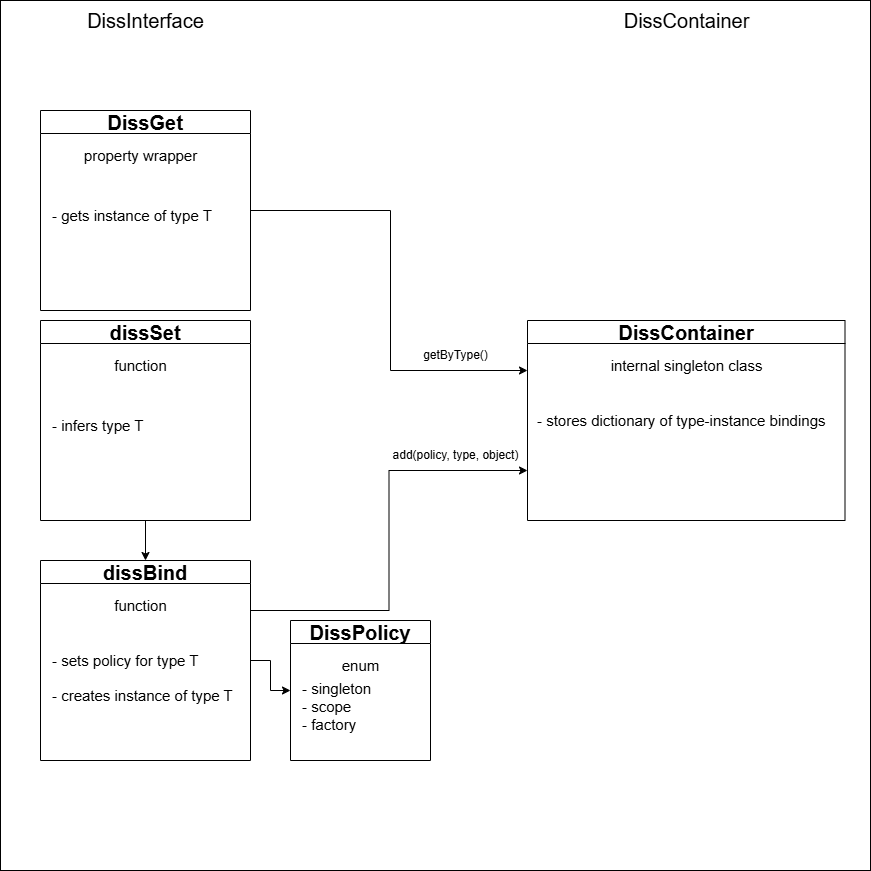
Before: docs/DissArchitecture.png, a diagram exported from draw.io (RomanMeringueTie/DISS). Source tidied: cells renumbered, new cells last; positions are measured from the earlier drawing's top-left corner, leaving out a move shared by most shapes.
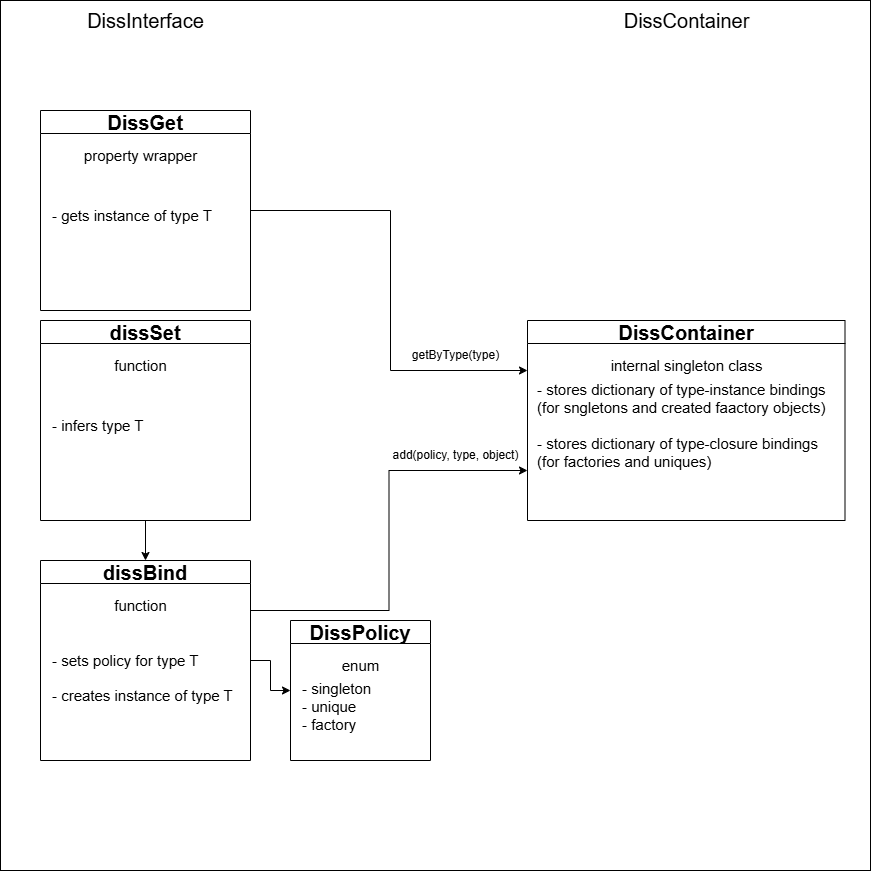
The same file after the commit.

Commit message:
Fix architecture diagram

What changed in the source:
```diff
@@ -28,21 +28,21 @@
     <mxCell id="8" value="&lt;div style=&quot;&quot;&gt;&lt;span style=&quot;font-size: 15px;&quot;&gt;internal singleton class&lt;/span&gt;&lt;/div&gt;" style="text;html=1;align=center;verticalAlign=middle;strokeColor=none;fillColor=none;" parent="7" vertex="1">
       <mxGeometry x="68.8" y="30" width="180" height="30" as="geometry" />
     </mxCell>
-    <mxCell id="9" value="&lt;div style=&quot;text-align: center;&quot;&gt;&lt;span style=&quot;font-size: 15px;&quot;&gt;- stores dictionary of type-instance bindings&lt;/span&gt;&lt;/div&gt;" style="text;html=1;align=left;verticalAlign=middle;strokeColor=none;fillColor=none;" parent="7" vertex="1">
-      <mxGeometry x="7.5" y="85" width="310" height="30" as="geometry" />
-    </mxCell>
-    <mxCell id="10" value="getByType()" style="text;html=1;align=center;verticalAlign=middle;strokeColor=none;fillColor=none;" parent="1" vertex="1">
-      <mxGeometry x="410" y="340" width="90" height="30" as="geometry" />
-    </mxCell>
+    <mxCell id="27" value="&lt;div style=&quot;&quot;&gt;&lt;div style=&quot;&quot;&gt;&lt;span style=&quot;font-size: 15px; background-color: transparent; color: light-dark(rgb(0, 0, 0), rgb(255, 255, 255));&quot;&gt;- stores dictionary of type-instance bindings&lt;br&gt;(for sngletons and created faactory objects)&lt;br&gt;&lt;br&gt;&lt;/span&gt;&lt;/div&gt;&lt;span style=&quot;font-size: 15px;&quot;&gt;&lt;div style=&quot;&quot;&gt;&lt;span style=&quot;background-color: transparent; color: light-dark(rgb(0, 0, 0), rgb(255, 255, 255));&quot;&gt;- stores dictionary of type-closure bindings&lt;br&gt;(for factories and uniques)&lt;/span&gt;&lt;/div&gt;&lt;/span&gt;&lt;/div&gt;" style="text;html=1;align=left;verticalAlign=middle;strokeColor=none;fillColor=none;" parent="7" vertex="1">
+      <mxGeometry x="7.5" y="55" width="310" height="100" as="geometry" />
+    </mxCell>
+    <mxCell id="28" value="getByType(type)" style="text;html=1;align=center;verticalAlign=middle;strokeColor=none;fillColor=none;" parent="1" vertex="1">
+      <mxGeometry x="400" y="340" width="110" height="30" as="geometry" />
+    </mxCell>
     <mxCell id="11" style="edgeStyle=orthogonalEdgeStyle;rounded=0;jettySize=auto;html=1;exitX=0.5;exitY=1;exitDx=0;exitDy=0;entryX=0.5;entryY=0;entryDx=0;entryDy=0;" parent="1" edge="1" source="12" target="17">
       <mxGeometry relative="1" as="geometry" />
     </mxCell>
     <mxCell id="12" value="&lt;font style=&quot;font-size: 20px;&quot;&gt;dissSet&lt;/font&gt;" style="swimlane;whiteSpace=wrap;html=1;" parent="1" vertex="1">
       <mxGeometry x="40" y="320" width="210" height="200" as="geometry" />
     </mxCell>
-    <mxCell id="13" value="&lt;div style=&quot;&quot;&gt;&lt;span style=&quot;font-size: 15px; background-color: transparent; color: light-dark(rgb(0, 0, 0), rgb(255, 255, 255));&quot;&gt;function&lt;/span&gt;&lt;/div&gt;" style="text;html=1;align=center;verticalAlign=middle;strokeColor=none;fillColor=none;" parent="12" vertex="1">
-      <mxGeometry x="60" y="30" width="80" height="30" as="geometry" />
-    </mxCell>
+    <mxCell id="29" value="&lt;div style=&quot;&quot;&gt;&lt;span style=&quot;font-size: 15px; background-color: transparent; color: light-dark(rgb(0, 0, 0), rgb(255, 255, 255));&quot;&gt;function&lt;/span&gt;&lt;/div&gt;" style="text;html=1;align=center;verticalAlign=middle;strokeColor=none;fillColor=none;" parent="12" vertex="1">
+      <mxGeometry x="60" y="30" width="80" height="30" as="geometry" />
+    </mxCell>
     <mxCell id="14" value="&lt;div style=&quot;text-align: center;&quot;&gt;&lt;span style=&quot;font-size: 15px;&quot;&gt;- infers type T&lt;br&gt;&lt;/span&gt;&lt;/div&gt;" style="text;html=1;align=left;verticalAlign=middle;strokeColor=none;fillColor=none;" parent="12" vertex="1">
       <mxGeometry x="10" y="90" width="110" height="30" as="geometry" />
     </mxCell>
@@ -55,9 +55,9 @@
     <mxCell id="17" value="&lt;font style=&quot;font-size: 20px;&quot;&gt;dissBind&lt;/font&gt;" style="swimlane;whiteSpace=wrap;html=1;" parent="1" vertex="1">
       <mxGeometry x="40" y="560" width="210" height="200" as="geometry" />
     </mxCell>
-    <mxCell id="18" value="&lt;div style=&quot;&quot;&gt;&lt;span style=&quot;font-size: 15px; background-color: transparent; color: light-dark(rgb(0, 0, 0), rgb(255, 255, 255));&quot;&gt;function&lt;/span&gt;&lt;/div&gt;" style="text;html=1;align=center;verticalAlign=middle;strokeColor=none;fillColor=none;" parent="17" vertex="1">
-      <mxGeometry x="60" y="30" width="80" height="30" as="geometry" />
-    </mxCell>
+    <mxCell id="30" value="&lt;div style=&quot;&quot;&gt;&lt;span style=&quot;font-size: 15px; background-color: transparent; color: light-dark(rgb(0, 0, 0), rgb(255, 255, 255));&quot;&gt;function&lt;/span&gt;&lt;/div&gt;" style="text;html=1;align=center;verticalAlign=middle;strokeColor=none;fillColor=none;" parent="17" vertex="1">
+      <mxGeometry x="60" y="30" width="80" height="30" as="geometry" />
+    </mxCell>
     <mxCell id="19" value="&lt;div style=&quot;text-align: center;&quot;&gt;&lt;span style=&quot;font-size: 15px;&quot;&gt;- creates instance of type T&lt;br&gt;&lt;/span&gt;&lt;/div&gt;" style="text;html=1;align=left;verticalAlign=middle;strokeColor=none;fillColor=none;" parent="17" vertex="1">
       <mxGeometry x="10" y="120" width="200" height="30" as="geometry" />
     </mxCell>
@@ -79,8 +79,8 @@
     <mxCell id="25" value="&lt;div style=&quot;&quot;&gt;&lt;span style=&quot;font-size: 15px; background-color: transparent; color: light-dark(rgb(0, 0, 0), rgb(255, 255, 255));&quot;&gt;enum&lt;/span&gt;&lt;/div&gt;" style="text;html=1;align=center;verticalAlign=middle;strokeColor=none;fillColor=none;" parent="24" vertex="1">
       <mxGeometry x="40" y="30" width="60" height="30" as="geometry" />
     </mxCell>
-    <mxCell id="26" value="&lt;div style=&quot;&quot;&gt;&lt;span style=&quot;font-size: 15px;&quot;&gt;- singleton&lt;br&gt;- scope&lt;br&gt;- factory&lt;br&gt;&lt;br&gt;&lt;/span&gt;&lt;/div&gt;" style="text;html=1;align=left;verticalAlign=middle;strokeColor=none;fillColor=none;" parent="1" vertex="1">
-      <mxGeometry x="300" y="670" width="90" height="90" as="geometry" />
-    </mxCell>
+    <mxCell id="31" value="&lt;div style=&quot;&quot;&gt;&lt;span style=&quot;font-size: 15px;&quot;&gt;- singleton&lt;br&gt;- unique&lt;br&gt;- factory&lt;br&gt;&lt;br&gt;&lt;/span&gt;&lt;/div&gt;" style="text;html=1;align=left;verticalAlign=middle;strokeColor=none;fillColor=none;" parent="1" vertex="1">
+      <mxGeometry x="300" y="670" width="90" height="90" as="geometry" />
+    </mxCell>
   </root>
 </mxGraphModel>
```
